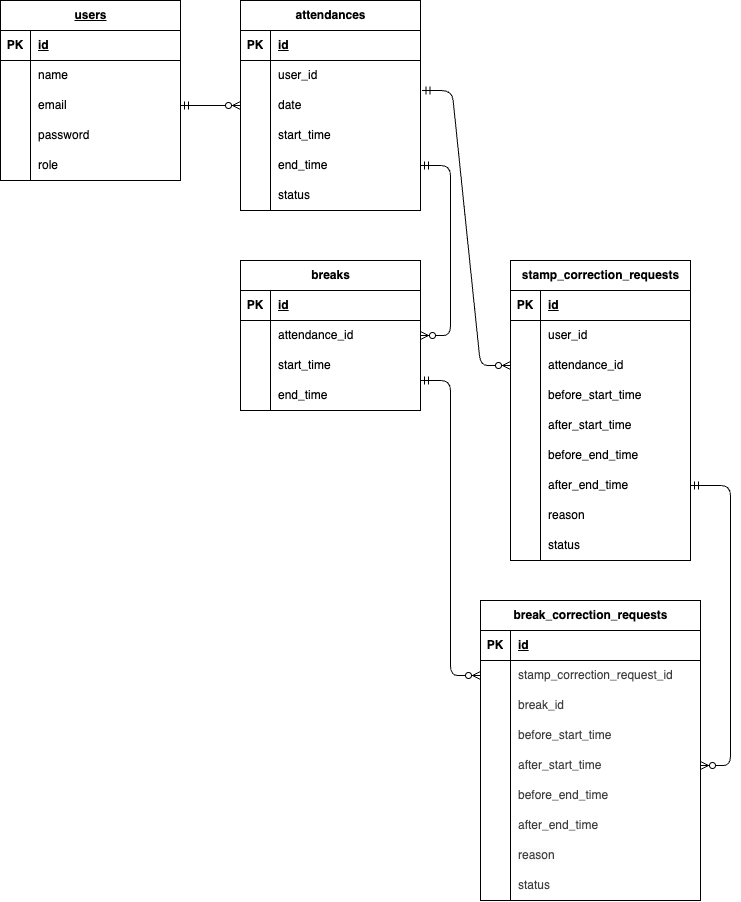
Before: ER.drawio.png, a diagram exported from draw.io (km2245/morita-kadai3). Source tidied: cells renumbered, new cells last; positions are measured from the earlier drawing's top-left corner, leaving out a move shared by most shapes.
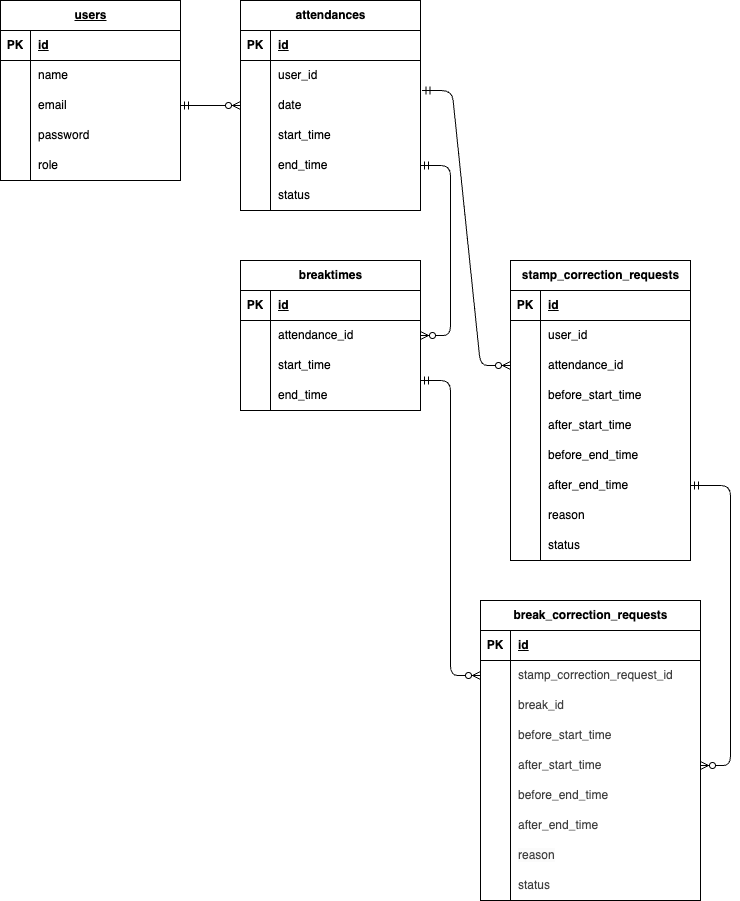
After the change.

Diff of the diagram source:
```diff
@@ -107,7 +107,7 @@
     <mxCell id="36" value="status" style="shape=partialRectangle;fillColor=none;top=0;left=0;bottom=0;right=0;align=left;spacingLeft=6;overflow=hidden;whiteSpace=wrap;html=1;" parent="34" vertex="1">
       <mxGeometry x="30" width="150" height="30" as="geometry" />
     </mxCell>
-    <mxCell id="37" value="breaks" style="shape=table;startSize=30;rowLines=0;fontStyle=1;align=center;html=1;" parent="1" vertex="1">
+    <mxCell id="37" value="breaktimes" style="shape=table;startSize=30;rowLines=0;fontStyle=1;align=center;html=1;" parent="1" vertex="1">
       <mxGeometry x="240" y="260" width="180" height="150" as="geometry" />
     </mxCell>
     <mxCell id="38" style="shape=tableRow;horizontal=0;startSize=0;swimlaneHead=0;swimlaneBody=0;fillColor=none;top=0;left=0;right=0;bottom=1;" parent="37" vertex="1">
```
